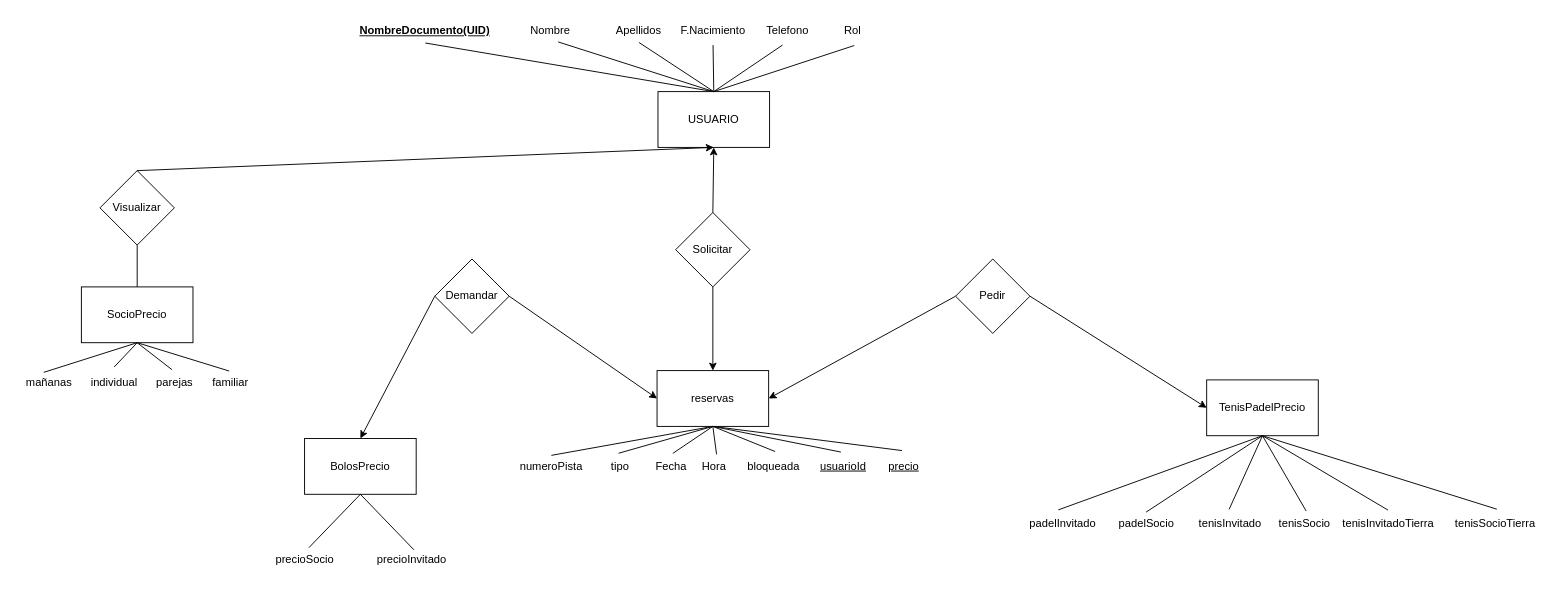
The draw.io diagram Trabajo_Fin_Grado/E02/DiagramaClasesUso.drawio in vod275/TFG_VIctor_Oliver, before the edit. Source tidied: cells renumbered, new cells numbered last; positions are measured from the earlier drawing's top-left corner, leaving out a move shared by most shapes. Both pictures are drawn from the tidied source at 93%, with x=0, y=0 at pixel (16, 17).
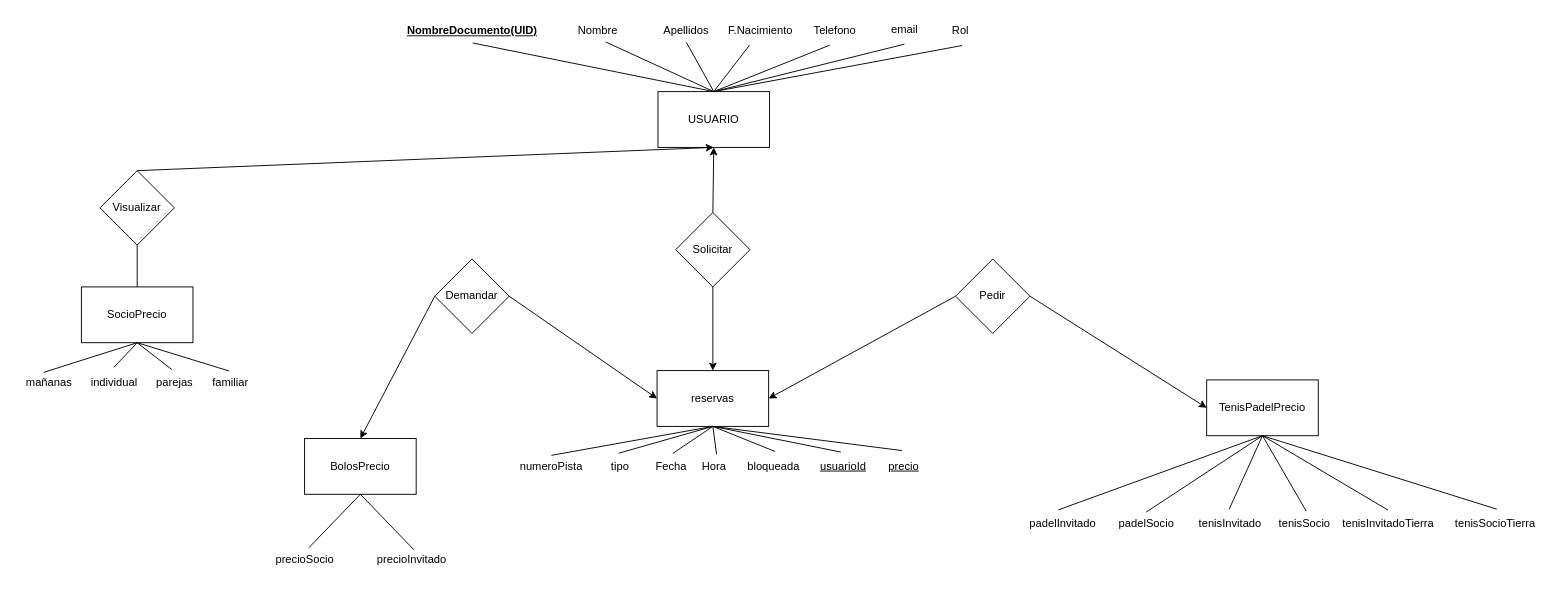
After the change.

Unchanged cells that the change refers to:
```xml
<mxCell id="2" value="USUARIO" style="rounded=0;whiteSpace=wrap;html=1;" parent="1" vertex="1">
  <mxGeometry x="690" y="80" width="120" height="60" as="geometry" />
</mxCell>
```

Change to the diagram source:
```diff
@@
     <mxCell id="8" value="NombreDocumento(UID)" style="text;html=1;align=center;verticalAlign=middle;points=[];fontStyle=5;rounded=0;" parent="1" vertex="1">
-      <mxGeometry x="359" width="160" height="30" as="geometry" />
+      <mxGeometry x="410" width="160" height="30" as="geometry" />
     </mxCell>
     <mxCell id="9" value="Nombre" style="text;html=1;align=center;verticalAlign=middle;points=[];rounded=0;" parent="1" vertex="1">
-      <mxGeometry x="539" width="70" height="30" as="geometry" />
+      <mxGeometry x="590" width="70" height="30" as="geometry" />
     </mxCell>
     <mxCell id="10" value="Apellidos" style="text;html=1;align=center;verticalAlign=middle;points=[];rounded=0;" parent="1" vertex="1">
-      <mxGeometry x="634" width="70" height="30" as="geometry" />
+      <mxGeometry x="685" width="70" height="30" as="geometry" />
     </mxCell>
@@
     <mxCell id="12" value="F.Nacimiento" style="text;html=1;align=center;verticalAlign=middle;points=[];rounded=0;" parent="1" vertex="1">
-      <mxGeometry x="704" width="90" height="30" as="geometry" />
+      <mxGeometry x="755" width="90" height="30" as="geometry" />
     </mxCell>
     <mxCell id="13" value="Telefono" style="text;html=1;align=center;verticalAlign=middle;points=[];rounded=0;" parent="1" vertex="1">
-      <mxGeometry x="794" width="70" height="30" as="geometry" />
+      <mxGeometry x="845" width="70" height="30" as="geometry" />
     </mxCell>
@@
     <mxCell id="25" value="Rol" style="text;html=1;align=center;verticalAlign=middle;points=[];strokeColor=none;fillColor=none;" parent="1" vertex="1">
-      <mxGeometry x="879" width="40" height="30" as="geometry" />
+      <mxGeometry x="995" width="40" height="30" as="geometry" />
     </mxCell>
@@
+    <mxCell id="69" value="email" style="text;html=1;align=center;verticalAlign=middle;points=[];strokeColor=none;fillColor=none;" parent="1" vertex="1">
+      <mxGeometry x="930" y="-1" width="50" height="30" as="geometry" />
+    </mxCell>
+    <mxCell id="70" style="endArrow=none;html=1;rounded=0;entryX=0.5;entryY=0;entryDx=0;entryDy=0;exitX=0.5;exitY=1;exitDx=0;exitDy=0;exitPerimeter=0;" parent="1" edge="1" source="69" target="2">
+      <mxGeometry relative="1" as="geometry" />
+    </mxCell>
```
